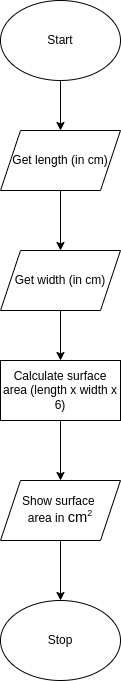
The draw.io diagram fc.png in Andrew-Ten-Den/ICS3U-Assignment-6-Python, before a commit. Source tidied: cells renumbered, new cells last; positions are measured from the earlier drawing's top-left corner, leaving out a move shared by most shapes.
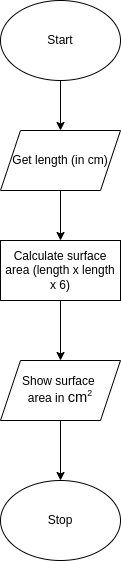
The same file after the commit.

The edit, as a diff of the source:
```diff
@@ -6,20 +6,15 @@
       <mxGeometry relative="1" as="geometry" />
     </mxCell>
     <mxCell id="3" value="Start" style="ellipse;whiteSpace=wrap;html=1;" parent="1" vertex="1">
-      <mxGeometry width="120" height="80" as="geometry" />
+      <mxGeometry y="120" width="120" height="80" as="geometry" />
     </mxCell>
-    <mxCell id="4" style="edgeStyle=none;html=1;entryX=0.5;entryY=0;entryDx=0;entryDy=0;" parent="1" edge="1" source="5">
-      <mxGeometry relative="1" as="geometry">
-        <mxPoint x="60" y="250" as="targetPoint" />
-      </mxGeometry>
-    </mxCell>
     <mxCell id="5" value="Get length (in cm)" style="shape=parallelogram;perimeter=parallelogramPerimeter;whiteSpace=wrap;html=1;fixedSize=1;" parent="1" vertex="1">
-      <mxGeometry y="130" width="120" height="60" as="geometry" />
+      <mxGeometry y="250" width="120" height="60" as="geometry" />
     </mxCell>
     <mxCell id="6" style="edgeStyle=none;html=1;entryX=0.5;entryY=0;entryDx=0;entryDy=0;" parent="1" edge="1" source="7" target="10">
       <mxGeometry relative="1" as="geometry" />
     </mxCell>
-    <mxCell id="7" value="Calculate surface area (length x width x 6)" style="rounded=0;whiteSpace=wrap;html=1;" parent="1" vertex="1">
+    <mxCell id="7" value="Calculate surface area (length x length x 6)" style="rounded=0;whiteSpace=wrap;html=1;" parent="1" vertex="1">
       <mxGeometry y="360" width="120" height="60" as="geometry" />
     </mxCell>
     <mxCell id="8" value="Stop" style="ellipse;whiteSpace=wrap;html=1;" parent="1" vertex="1">
@@ -31,11 +26,10 @@
     <mxCell id="10" value="Show surface &lt;br&gt;area in&amp;nbsp;&lt;span id=&quot;docs-internal-guid-06387318-7fff-f4fc-7b16-51002076bb13&quot;&gt;&lt;span style=&quot;font-size: 11pt ; font-family: &amp;#34;helvetica neue&amp;#34; , sans-serif ; background-color: transparent ; vertical-align: baseline&quot;&gt;cm&lt;/span&gt;&lt;span style=&quot;font-size: 11pt ; font-family: &amp;#34;helvetica neue&amp;#34; , sans-serif ; background-color: transparent ; vertical-align: baseline&quot;&gt;&lt;span style=&quot;font-size: 0.6em ; vertical-align: super&quot;&gt;2&lt;/span&gt;&lt;/span&gt;&lt;span style=&quot;font-size: 11pt ; font-family: &amp;#34;helvetica neue&amp;#34; , sans-serif ; background-color: transparent ; vertical-align: baseline&quot;&gt; &lt;/span&gt;&lt;/span&gt;" style="shape=parallelogram;perimeter=parallelogramPerimeter;whiteSpace=wrap;html=1;fixedSize=1;" parent="1" vertex="1">
       <mxGeometry y="480" width="120" height="60" as="geometry" />
     </mxCell>
-    <mxCell id="11" style="edgeStyle=none;html=1;entryX=0.5;entryY=0;entryDx=0;entryDy=0;" parent="1" edge="1" source="12" target="7">
-      <mxGeometry relative="1" as="geometry" />
+    <mxCell id="11" style="edgeStyle=none;html=1;entryX=0.5;entryY=0;entryDx=0;entryDy=0;" parent="1" edge="1" target="7">
+      <mxGeometry relative="1" as="geometry">
+        <mxPoint x="60" y="310" as="sourcePoint" />
+      </mxGeometry>
     </mxCell>
-    <mxCell id="12" value="Get width (in cm)" style="shape=parallelogram;perimeter=parallelogramPerimeter;whiteSpace=wrap;html=1;fixedSize=1;" parent="1" vertex="1">
-      <mxGeometry y="250" width="120" height="60" as="geometry" />
-    </mxCell>
   </root>
 </mxGraphModel>
```
